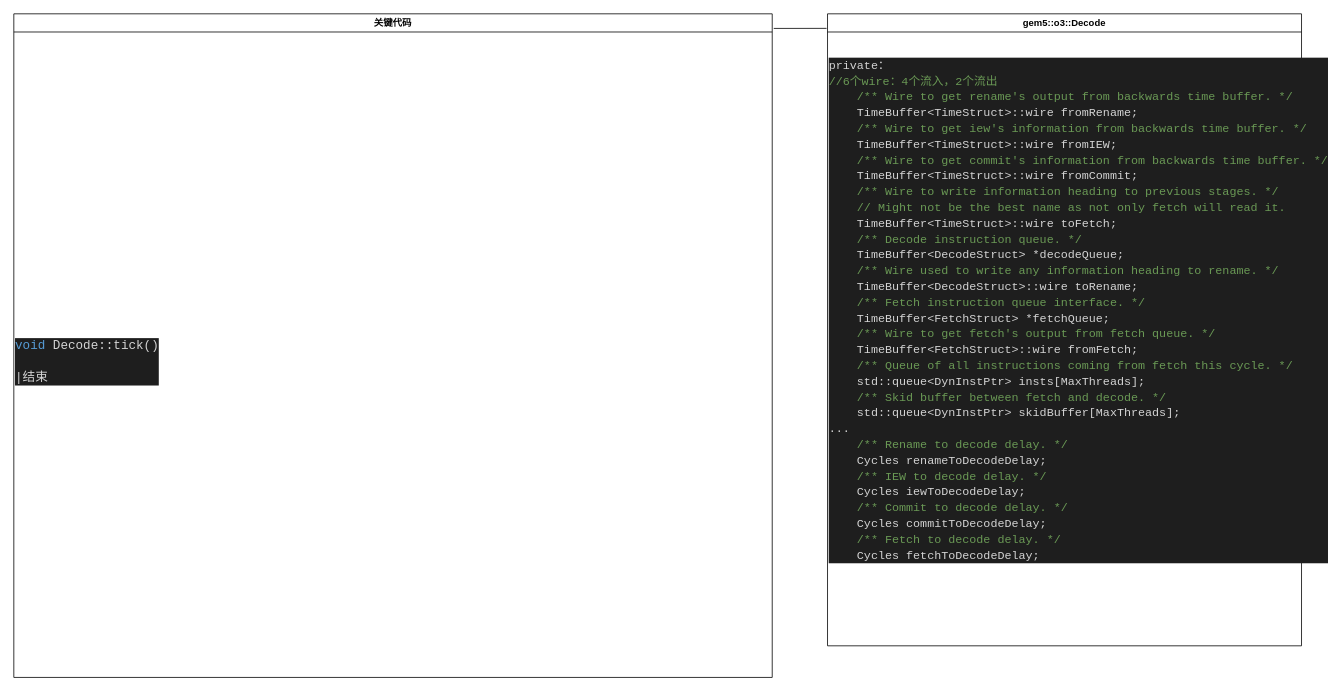
matchchen/gem5 keeps this draw.io diagram as page "Decode" (4 of 4) of learningNote/note.drawio. Above is the earlier version. Source tidied: cells renumbered, new cells numbered last; positions are measured from the earlier drawing's top-left corner, leaving out a move shared by most shapes. Both pictures are drawn from the tidied source at 79%, with x=0, y=0 at pixel (13, 13).
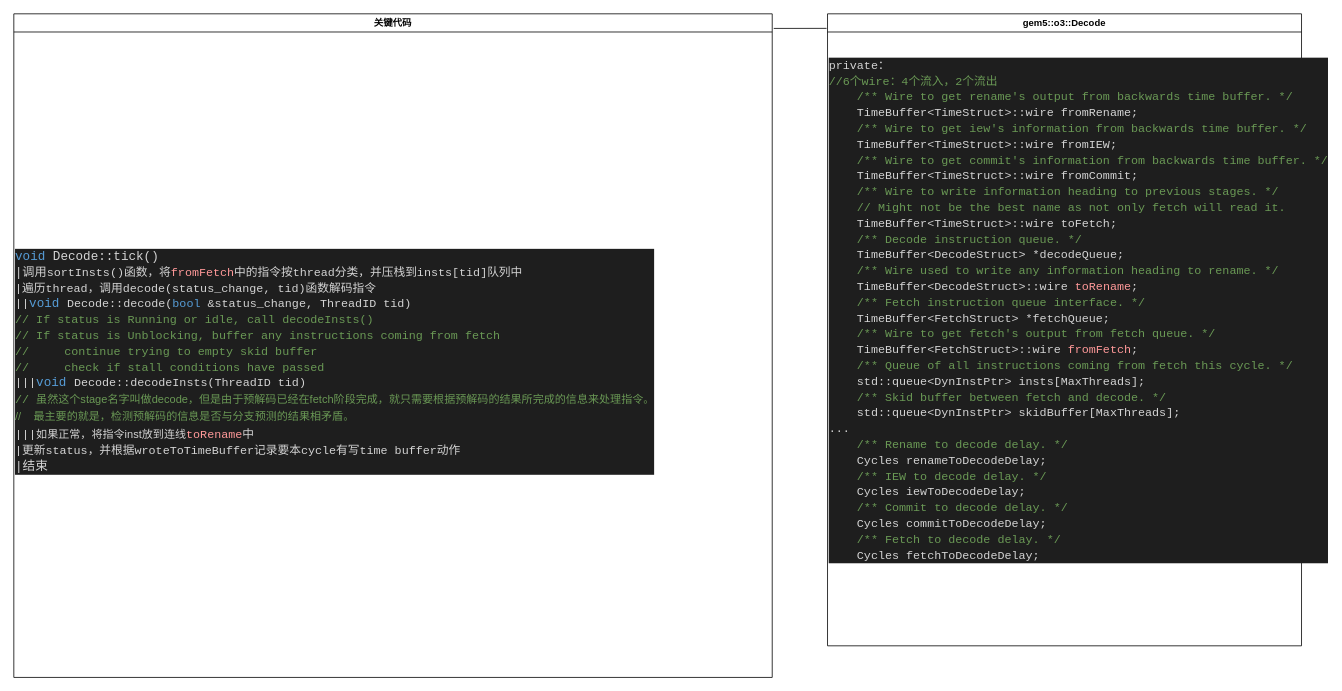
After the change.

Diff of the diagram source:
```diff
@@
 <mxGraphModel>
   <root>
     <mxCell id="0" />
     <mxCell id="1" parent="0" />
     <mxCell id="2" value="gem5::o3::Decode" style="swimlane;startSize=23;" parent="1" vertex="1">
       <mxGeometry x="1030" width="600" height="800" as="geometry" />
     </mxCell>
-    <mxCell id="3" value="&lt;div style=&quot;background-color: rgb(30, 30, 30); line-height: 20px;&quot;&gt;&lt;div style=&quot;font-size: 15.4px; font-family: Consolas, &amp;quot;Courier New&amp;quot;, monospace;&quot;&gt;&lt;div style=&quot;font-size: 14.84px; line-height: 20px;&quot;&gt;&lt;div style=&quot;&quot;&gt;&lt;div style=&quot;color: rgb(212, 212, 212); line-height: 20px;&quot;&gt;&lt;div&gt;private：&lt;br&gt;&lt;/div&gt;&lt;div&gt;&lt;span style=&quot;color: rgb(106, 153, 85);&quot;&gt;//6个wire：4个流入，2个流出&lt;/span&gt;&lt;br&gt;&lt;/div&gt;&lt;/div&gt;&lt;/div&gt;&lt;div style=&quot;&quot;&gt;&lt;div style=&quot;color: rgb(212, 212, 212); line-height: 20px;&quot;&gt;&lt;div&gt;&lt;span style=&quot;color: #6a9955;&quot;&gt;&amp;nbsp; &amp;nbsp; /** Wire to get rename's output from backwards time buffer. */&lt;/span&gt;&lt;/div&gt;&lt;div&gt;&amp;nbsp; &amp;nbsp; TimeBuffer&amp;lt;TimeStruct&amp;gt;::wire fromRename;&lt;/div&gt;&lt;div&gt;&lt;span style=&quot;color: #6a9955;&quot;&gt;&amp;nbsp; &amp;nbsp; /** Wire to get iew's information from backwards time buffer. */&lt;/span&gt;&lt;/div&gt;&lt;div&gt;&amp;nbsp; &amp;nbsp; TimeBuffer&amp;lt;TimeStruct&amp;gt;::wire fromIEW;&lt;/div&gt;&lt;div&gt;&lt;span style=&quot;color: #6a9955;&quot;&gt;&amp;nbsp; &amp;nbsp; /** Wire to get commit's information from backwards time buffer. */&lt;/span&gt;&lt;/div&gt;&lt;div&gt;&amp;nbsp; &amp;nbsp; TimeBuffer&amp;lt;TimeStruct&amp;gt;::wire fromCommit;&lt;/div&gt;&lt;div&gt;&lt;span style=&quot;color: #6a9955;&quot;&gt;&amp;nbsp; &amp;nbsp; /** Wire to write information heading to previous stages. */&lt;/span&gt;&lt;/div&gt;&lt;div&gt;&lt;span style=&quot;color: #6a9955;&quot;&gt;&amp;nbsp; &amp;nbsp; // Might not be the best name as not only fetch will read it.&lt;/span&gt;&lt;/div&gt;&lt;div&gt;&amp;nbsp; &amp;nbsp; TimeBuffer&amp;lt;TimeStruct&amp;gt;::wire toFetch;&lt;/div&gt;&lt;div&gt;&lt;span style=&quot;color: #6a9955;&quot;&gt;&amp;nbsp; &amp;nbsp; /** Decode instruction queue. */&lt;/span&gt;&lt;/div&gt;&lt;div&gt;&amp;nbsp; &amp;nbsp; TimeBuffer&amp;lt;DecodeStruct&amp;gt; *decodeQueue;&lt;/div&gt;&lt;div&gt;&lt;span style=&quot;color: #6a9955;&quot;&gt;&amp;nbsp; &amp;nbsp; /** Wire used to write any information heading to rename. */&lt;/span&gt;&lt;/div&gt;&lt;div&gt;&amp;nbsp; &amp;nbsp; TimeBuffer&amp;lt;DecodeStruct&amp;gt;::wire toRename;&lt;/div&gt;&lt;div&gt;&lt;span style=&quot;color: #6a9955;&quot;&gt;&amp;nbsp; &amp;nbsp; /** Fetch instruction queue interface. */&lt;/span&gt;&lt;/div&gt;&lt;div&gt;&amp;nbsp; &amp;nbsp; TimeBuffer&amp;lt;FetchStruct&amp;gt; *fetchQueue;&lt;/div&gt;&lt;div&gt;&lt;span style=&quot;color: #6a9955;&quot;&gt;&amp;nbsp; &amp;nbsp; /** Wire to get fetch's output from fetch queue. */&lt;/span&gt;&lt;/div&gt;&lt;div&gt;&amp;nbsp; &amp;nbsp; TimeBuffer&amp;lt;FetchStruct&amp;gt;::wire fromFetch;&lt;/div&gt;&lt;div&gt;&lt;span style=&quot;color: #6a9955;&quot;&gt;&amp;nbsp; &amp;nbsp; /** Queue of all instructions coming from fetch this cycle. */&lt;/span&gt;&lt;/div&gt;&lt;div&gt;&amp;nbsp; &amp;nbsp; std::queue&amp;lt;DynInstPtr&amp;gt; insts[MaxThreads];&lt;/div&gt;&lt;div&gt;&lt;span style=&quot;color: #6a9955;&quot;&gt;&amp;nbsp; &amp;nbsp; /** Skid buffer between fetch and decode. */&lt;/span&gt;&lt;/div&gt;&lt;div&gt;&amp;nbsp; &amp;nbsp; std::queue&amp;lt;DynInstPtr&amp;gt; skidBuffer[MaxThreads];&lt;/div&gt;&lt;div&gt;...&lt;/div&gt;&lt;div&gt;&lt;div style=&quot;line-height: 20px;&quot;&gt;&lt;div&gt;&lt;span style=&quot;color: #6a9955;&quot;&gt;&amp;nbsp; &amp;nbsp; /** Rename to decode delay. */&lt;/span&gt;&lt;/div&gt;&lt;div&gt;&amp;nbsp; &amp;nbsp; Cycles renameToDecodeDelay;&lt;/div&gt;&lt;div&gt;&lt;span style=&quot;color: #6a9955;&quot;&gt;&amp;nbsp; &amp;nbsp; /** IEW to decode delay. */&lt;/span&gt;&lt;/div&gt;&lt;div&gt;&amp;nbsp; &amp;nbsp; Cycles iewToDecodeDelay;&lt;/div&gt;&lt;div&gt;&lt;span style=&quot;color: #6a9955;&quot;&gt;&amp;nbsp; &amp;nbsp; /** Commit to decode delay. */&lt;/span&gt;&lt;/div&gt;&lt;div&gt;&amp;nbsp; &amp;nbsp; Cycles commitToDecodeDelay;&lt;/div&gt;&lt;div&gt;&lt;span style=&quot;color: #6a9955;&quot;&gt;&amp;nbsp; &amp;nbsp; /** Fetch to decode delay. */&lt;/span&gt;&lt;/div&gt;&lt;div&gt;&amp;nbsp; &amp;nbsp; Cycles fetchToDecodeDelay;&lt;/div&gt;&lt;/div&gt;&lt;/div&gt;&lt;/div&gt;&lt;/div&gt;&lt;/div&gt;&lt;/div&gt;&lt;/div&gt;" style="text;html=1;align=left;verticalAlign=middle;strokeColor=none;fillColor=none;" parent="2" vertex="1">
+    <mxCell id="3" value="&lt;div style=&quot;background-color: rgb(30, 30, 30); line-height: 20px;&quot;&gt;&lt;div style=&quot;font-size: 15.4px; font-family: Consolas, &amp;quot;Courier New&amp;quot;, monospace;&quot;&gt;&lt;div style=&quot;font-size: 14.84px; line-height: 20px;&quot;&gt;&lt;div style=&quot;&quot;&gt;&lt;div style=&quot;color: rgb(212, 212, 212); line-height: 20px;&quot;&gt;&lt;div&gt;private：&lt;br&gt;&lt;/div&gt;&lt;div&gt;&lt;span style=&quot;color: rgb(106, 153, 85);&quot;&gt;//6个wire：4个流入，2个流出&lt;/span&gt;&lt;br&gt;&lt;/div&gt;&lt;/div&gt;&lt;/div&gt;&lt;div style=&quot;&quot;&gt;&lt;div style=&quot;line-height: 20px;&quot;&gt;&lt;div style=&quot;color: rgb(212, 212, 212);&quot;&gt;&lt;span style=&quot;color: #6a9955;&quot;&gt;&amp;nbsp; &amp;nbsp; /** Wire to get rename's output from backwards time buffer. */&lt;/span&gt;&lt;/div&gt;&lt;div style=&quot;color: rgb(212, 212, 212);&quot;&gt;&amp;nbsp; &amp;nbsp; TimeBuffer&amp;lt;TimeStruct&amp;gt;::wire fromRename;&lt;/div&gt;&lt;div style=&quot;color: rgb(212, 212, 212);&quot;&gt;&lt;span style=&quot;color: #6a9955;&quot;&gt;&amp;nbsp; &amp;nbsp; /** Wire to get iew's information from backwards time buffer. */&lt;/span&gt;&lt;/div&gt;&lt;div style=&quot;color: rgb(212, 212, 212);&quot;&gt;&amp;nbsp; &amp;nbsp; TimeBuffer&amp;lt;TimeStruct&amp;gt;::wire fromIEW;&lt;/div&gt;&lt;div style=&quot;color: rgb(212, 212, 212);&quot;&gt;&lt;span style=&quot;color: #6a9955;&quot;&gt;&amp;nbsp; &amp;nbsp; /** Wire to get commit's information from backwards time buffer. */&lt;/span&gt;&lt;/div&gt;&lt;div style=&quot;color: rgb(212, 212, 212);&quot;&gt;&amp;nbsp; &amp;nbsp; TimeBuffer&amp;lt;TimeStruct&amp;gt;::wire fromCommit;&lt;/div&gt;&lt;div style=&quot;color: rgb(212, 212, 212);&quot;&gt;&lt;span style=&quot;color: #6a9955;&quot;&gt;&amp;nbsp; &amp;nbsp; /** Wire to write information heading to previous stages. */&lt;/span&gt;&lt;/div&gt;&lt;div style=&quot;color: rgb(212, 212, 212);&quot;&gt;&lt;span style=&quot;color: #6a9955;&quot;&gt;&amp;nbsp; &amp;nbsp; // Might not be the best name as not only fetch will read it.&lt;/span&gt;&lt;/div&gt;&lt;div style=&quot;color: rgb(212, 212, 212);&quot;&gt;&amp;nbsp; &amp;nbsp; TimeBuffer&amp;lt;TimeStruct&amp;gt;::wire toFetch;&lt;/div&gt;&lt;div style=&quot;color: rgb(212, 212, 212);&quot;&gt;&lt;span style=&quot;color: #6a9955;&quot;&gt;&amp;nbsp; &amp;nbsp; /** Decode instruction queue. */&lt;/span&gt;&lt;/div&gt;&lt;div style=&quot;color: rgb(212, 212, 212);&quot;&gt;&amp;nbsp; &amp;nbsp; TimeBuffer&amp;lt;DecodeStruct&amp;gt; *decodeQueue;&lt;/div&gt;&lt;div style=&quot;color: rgb(212, 212, 212);&quot;&gt;&lt;span style=&quot;color: #6a9955;&quot;&gt;&amp;nbsp; &amp;nbsp; /** Wire used to write any information heading to rename. */&lt;/span&gt;&lt;/div&gt;&lt;div style=&quot;&quot;&gt;&lt;span style=&quot;color: rgb(212, 212, 212);&quot;&gt;&amp;nbsp; &amp;nbsp; TimeBuffer&amp;lt;DecodeStruct&amp;gt;::wire &lt;/span&gt;&lt;font color=&quot;#ff9999&quot;&gt;toRename&lt;/font&gt;&lt;font color=&quot;#d4d4d4&quot;&gt;;&lt;/font&gt;&lt;/div&gt;&lt;div style=&quot;color: rgb(212, 212, 212);&quot;&gt;&lt;span style=&quot;color: #6a9955;&quot;&gt;&amp;nbsp; &amp;nbsp; /** Fetch instruction queue interface. */&lt;/span&gt;&lt;/div&gt;&lt;div style=&quot;color: rgb(212, 212, 212);&quot;&gt;&amp;nbsp; &amp;nbsp; TimeBuffer&amp;lt;FetchStruct&amp;gt; *fetchQueue;&lt;/div&gt;&lt;div style=&quot;color: rgb(212, 212, 212);&quot;&gt;&lt;span style=&quot;color: #6a9955;&quot;&gt;&amp;nbsp; &amp;nbsp; /** Wire to get fetch's output from fetch queue. */&lt;/span&gt;&lt;/div&gt;&lt;div style=&quot;&quot;&gt;&lt;font color=&quot;#d4d4d4&quot;&gt;&amp;nbsp; &amp;nbsp; TimeBuffer&amp;lt;FetchStruct&amp;gt;::wire &lt;/font&gt;&lt;font color=&quot;#ff9999&quot;&gt;fromFetch&lt;/font&gt;&lt;font color=&quot;#d4d4d4&quot;&gt;;&lt;/font&gt;&lt;/div&gt;&lt;div style=&quot;color: rgb(212, 212, 212);&quot;&gt;&lt;span style=&quot;color: #6a9955;&quot;&gt;&amp;nbsp; &amp;nbsp; /** Queue of all instructions coming from fetch this cycle. */&lt;/span&gt;&lt;/div&gt;&lt;div style=&quot;color: rgb(212, 212, 212);&quot;&gt;&amp;nbsp; &amp;nbsp; std::queue&amp;lt;DynInstPtr&amp;gt; insts[MaxThreads];&lt;/div&gt;&lt;div style=&quot;color: rgb(212, 212, 212);&quot;&gt;&lt;span style=&quot;color: #6a9955;&quot;&gt;&amp;nbsp; &amp;nbsp; /** Skid buffer between fetch and decode. */&lt;/span&gt;&lt;/div&gt;&lt;div style=&quot;color: rgb(212, 212, 212);&quot;&gt;&amp;nbsp; &amp;nbsp; std::queue&amp;lt;DynInstPtr&amp;gt; skidBuffer[MaxThreads];&lt;/div&gt;&lt;div style=&quot;color: rgb(212, 212, 212);&quot;&gt;...&lt;/div&gt;&lt;div style=&quot;color: rgb(212, 212, 212);&quot;&gt;&lt;div style=&quot;line-height: 20px;&quot;&gt;&lt;div&gt;&lt;span style=&quot;color: #6a9955;&quot;&gt;&amp;nbsp; &amp;nbsp; /** Rename to decode delay. */&lt;/span&gt;&lt;/div&gt;&lt;div&gt;&amp;nbsp; &amp;nbsp; Cycles renameToDecodeDelay;&lt;/div&gt;&lt;div&gt;&lt;span style=&quot;color: #6a9955;&quot;&gt;&amp;nbsp; &amp;nbsp; /** IEW to decode delay. */&lt;/span&gt;&lt;/div&gt;&lt;div&gt;&amp;nbsp; &amp;nbsp; Cycles iewToDecodeDelay;&lt;/div&gt;&lt;div&gt;&lt;span style=&quot;color: #6a9955;&quot;&gt;&amp;nbsp; &amp;nbsp; /** Commit to decode delay. */&lt;/span&gt;&lt;/div&gt;&lt;div&gt;&amp;nbsp; &amp;nbsp; Cycles commitToDecodeDelay;&lt;/div&gt;&lt;div&gt;&lt;span style=&quot;color: #6a9955;&quot;&gt;&amp;nbsp; &amp;nbsp; /** Fetch to decode delay. */&lt;/span&gt;&lt;/div&gt;&lt;div&gt;&amp;nbsp; &amp;nbsp; Cycles fetchToDecodeDelay;&lt;/div&gt;&lt;/div&gt;&lt;/div&gt;&lt;/div&gt;&lt;/div&gt;&lt;/div&gt;&lt;/div&gt;&lt;/div&gt;" style="text;html=1;align=left;verticalAlign=middle;strokeColor=none;fillColor=none;" parent="2" vertex="1">
       <mxGeometry y="50" width="600" height="650" as="geometry" />
     </mxCell>
     <mxCell id="4" value="关键代码" style="swimlane;startSize=23;" parent="1" vertex="1">
       <mxGeometry width="960" height="840" as="geometry" />
     </mxCell>
-    <mxCell id="5" value="&lt;div style=&quot;background-color: rgb(30, 30, 30); line-height: 20px;&quot;&gt;&lt;div style=&quot;font-size: 15.4px; font-family: Consolas, &amp;quot;Courier New&amp;quot;, monospace;&quot;&gt;&lt;span style=&quot;color: rgb(86, 156, 214); font-size: 15.96px;&quot;&gt;void &lt;/span&gt;&lt;span style=&quot;font-size: 15.96px;&quot;&gt;&lt;font color=&quot;#d4d4d4&quot;&gt;Decode&lt;/font&gt;&lt;/span&gt;&lt;span style=&quot;color: rgb(212, 212, 212); font-size: 15.96px;&quot;&gt;::tick()&lt;/span&gt;&lt;/div&gt;&lt;div style=&quot;font-size: 15.4px; font-family: Consolas, &amp;quot;Courier New&amp;quot;, monospace; color: rgb(212, 212, 212);&quot;&gt;&lt;br&gt;&lt;/div&gt;&lt;div style=&quot;font-size: 15.4px; font-family: Consolas, &amp;quot;Courier New&amp;quot;, monospace; color: rgb(212, 212, 212);&quot;&gt;&lt;span style=&quot;font-size: 15.96px;&quot;&gt;|结束&lt;/span&gt;&lt;/div&gt;&lt;/div&gt;" style="text;html=1;align=left;verticalAlign=middle;strokeColor=none;fillColor=none;" parent="4" vertex="1">
-      <mxGeometry y="405" width="190" height="70" as="geometry" />
+    <mxCell id="5" value="&lt;div style=&quot;background-color: rgb(30, 30, 30); line-height: 20px;&quot;&gt;&lt;div style=&quot;font-size: 15.4px; font-family: Consolas, &amp;quot;Courier New&amp;quot;, monospace;&quot;&gt;&lt;span style=&quot;color: rgb(86, 156, 214); font-size: 15.96px;&quot;&gt;void &lt;/span&gt;&lt;span style=&quot;font-size: 15.96px;&quot;&gt;&lt;font color=&quot;#d4d4d4&quot;&gt;Decode&lt;/font&gt;&lt;/span&gt;&lt;span style=&quot;color: rgb(212, 212, 212); font-size: 15.96px;&quot;&gt;::tick()&lt;/span&gt;&lt;/div&gt;&lt;div style=&quot;font-size: 15.4px; font-family: Consolas, &amp;quot;Courier New&amp;quot;, monospace;&quot;&gt;&lt;font color=&quot;#d4d4d4&quot;&gt;|调用&lt;/font&gt;&lt;span style=&quot;color: rgb(212, 212, 212); font-size: 14.84px;&quot;&gt;sortInsts()函数，将&lt;/span&gt;&lt;span style=&quot;font-size: 14.84px;&quot;&gt;&lt;font color=&quot;#ff9999&quot;&gt;fromFetch&lt;/font&gt;&lt;font color=&quot;#d4d4d4&quot;&gt;中的指令按thread分类，并压栈到&lt;/font&gt;&lt;/span&gt;&lt;span style=&quot;color: rgb(212, 212, 212); font-size: 14.84px;&quot;&gt;insts[tid]队列中&lt;/span&gt;&lt;/div&gt;&lt;div style=&quot;font-size: 15.4px; font-family: Consolas, &amp;quot;Courier New&amp;quot;, monospace;&quot;&gt;&lt;span style=&quot;color: rgb(212, 212, 212); font-size: 14.84px;&quot;&gt;|遍历thread，调用&lt;/span&gt;&lt;span style=&quot;color: rgb(212, 212, 212); font-size: 14.84px;&quot;&gt;decode(status_change, tid)函数解码指令&lt;/span&gt;&lt;/div&gt;&lt;div style=&quot;font-size: 15.4px; font-family: Consolas, &amp;quot;Courier New&amp;quot;, monospace;&quot;&gt;&lt;span style=&quot;color: rgb(212, 212, 212); font-size: 14.84px;&quot;&gt;||&lt;/span&gt;&lt;span style=&quot;color: rgb(86, 156, 214); font-size: 15.96px;&quot;&gt;void&lt;/span&gt;&lt;span style=&quot;color: rgb(86, 156, 214); font-size: 15.96px;&quot;&gt;&amp;nbsp;&lt;/span&gt;&lt;span style=&quot;color: rgb(212, 212, 212); font-size: 14.84px;&quot;&gt;Decode::decode(&lt;/span&gt;&lt;span style=&quot;font-size: 14.84px; color: rgb(86, 156, 214);&quot;&gt;bool&lt;/span&gt;&lt;span style=&quot;color: rgb(212, 212, 212); font-size: 14.84px;&quot;&gt; &amp;amp;status_change, ThreadID tid)&lt;/span&gt;&lt;/div&gt;&lt;div style=&quot;font-size: 15.4px; font-family: Consolas, &amp;quot;Courier New&amp;quot;, monospace;&quot;&gt;&lt;div style=&quot;color: rgb(212, 212, 212); font-size: 14.84px; line-height: 20px;&quot;&gt;&lt;div&gt;&lt;span style=&quot;color: #6a9955;&quot;&gt;// If status is Running or idle,&lt;/span&gt;&lt;span style=&quot;color: rgb(106, 153, 85);&quot;&gt;&amp;nbsp;call decodeInsts()&lt;/span&gt;&lt;/div&gt;&lt;div&gt;&lt;span style=&quot;color: #6a9955;&quot;&gt;// If status is Unblocking,&lt;/span&gt;&lt;span style=&quot;color: rgb(106, 153, 85);&quot;&gt;&amp;nbsp;buffer any instructions coming from fetch&lt;/span&gt;&lt;/div&gt;&lt;div&gt;&lt;span style=&quot;color: #6a9955;&quot;&gt;// &amp;nbsp; &amp;nbsp; continue trying to empty skid buffer&lt;/span&gt;&lt;/div&gt;&lt;div&gt;&lt;span style=&quot;color: #6a9955;&quot;&gt;// &amp;nbsp; &amp;nbsp; check if stall conditions have passed&lt;/span&gt;&lt;/div&gt;&lt;/div&gt;&lt;/div&gt;&lt;div style=&quot;font-size: 15.4px; font-family: Consolas, &amp;quot;Courier New&amp;quot;, monospace;&quot;&gt;&lt;span style=&quot;color: rgb(212, 212, 212); font-size: 14.84px;&quot;&gt;|||&lt;/span&gt;&lt;span style=&quot;color: rgb(86, 156, 214); font-size: 15.96px;&quot;&gt;void&lt;/span&gt;&lt;span style=&quot;color: rgb(86, 156, 214); font-size: 15.96px;&quot;&gt;&amp;nbsp;&lt;/span&gt;&lt;span style=&quot;color: rgb(212, 212, 212); font-size: 14.84px;&quot;&gt;Decode::decodeInsts(ThreadID tid)&lt;/span&gt;&lt;/div&gt;&lt;div style=&quot;font-family: Consolas, &amp;quot;Courier New&amp;quot;, monospace;&quot;&gt;&lt;font color=&quot;#6a9955&quot;&gt;&lt;span style=&quot;font-size: 14.84px;&quot;&gt;//&amp;nbsp;&lt;/span&gt;&lt;span style=&quot;font-size: 10.5pt; font-family: 宋体;&quot;&gt;虽然这个&lt;/span&gt;&lt;span style=&quot;font-size: 10.5pt; font-family: Calibri, sans-serif;&quot; lang=&quot;EN-US&quot;&gt;stage&lt;/span&gt;&lt;span style=&quot;font-size: 10.5pt; font-family: 宋体;&quot;&gt;名字叫做&lt;/span&gt;&lt;span style=&quot;font-size: 10.5pt; font-family: Calibri, sans-serif;&quot; lang=&quot;EN-US&quot;&gt;decode&lt;/span&gt;&lt;span style=&quot;font-size: 10.5pt; font-family: 宋体;&quot;&gt;，但是由于预解码已经在&lt;/span&gt;&lt;span style=&quot;font-size: 10.5pt; font-family: Calibri, sans-serif;&quot; lang=&quot;EN-US&quot;&gt;fetch&lt;/span&gt;&lt;span style=&quot;font-size: 10.5pt; font-family: 宋体;&quot;&gt;阶段完成，就只需要根据预解码的结果所完成的信息来处理指令。&lt;/span&gt;&lt;/font&gt;&lt;/div&gt;&lt;div style=&quot;font-family: Consolas, &amp;quot;Courier New&amp;quot;, monospace;&quot;&gt;&lt;span style=&quot;font-size: 10.5pt; font-family: 宋体;&quot;&gt;&lt;font color=&quot;#6a9955&quot;&gt;//&amp;nbsp; &amp;nbsp; 最主要的就是，检测预解码的信息是否与分支预测的结果相矛盾。&lt;/font&gt;&lt;/span&gt;&lt;/div&gt;&lt;div style=&quot;font-family: Consolas, &amp;quot;Courier New&amp;quot;, monospace;&quot;&gt;&lt;span style=&quot;color: rgb(212, 212, 212); font-size: 14.84px;&quot;&gt;|||&lt;/span&gt;&lt;span style=&quot;font-size: 10.5pt; font-family: 宋体;&quot;&gt;&lt;font color=&quot;#d4d4d4&quot;&gt;如果正常，将指令inst放到连线&lt;/font&gt;&lt;/span&gt;&lt;span style=&quot;font-size: 14.84px;&quot;&gt;&lt;font color=&quot;#ff9999&quot;&gt;toRename&lt;/font&gt;&lt;/span&gt;&lt;span style=&quot;color: rgb(212, 212, 212); font-size: 14.84px;&quot;&gt;中&lt;/span&gt;&lt;/div&gt;&lt;div style=&quot;font-size: 15.4px; font-family: Consolas, &amp;quot;Courier New&amp;quot;, monospace;&quot;&gt;&lt;span style=&quot;color: rgb(212, 212, 212); font-size: 14.84px;&quot;&gt;|更新status，并根据&lt;/span&gt;&lt;span style=&quot;color: rgb(212, 212, 212); font-size: 14.84px;&quot;&gt;wroteToTimeBuffer&lt;/span&gt;&lt;span style=&quot;color: rgb(212, 212, 212); font-size: 14.84px;&quot;&gt;记录要本cycle有写time buffer动作&lt;/span&gt;&lt;/div&gt;&lt;div style=&quot;font-size: 15.4px; font-family: Consolas, &amp;quot;Courier New&amp;quot;, monospace; color: rgb(212, 212, 212);&quot;&gt;&lt;span style=&quot;font-size: 15.96px;&quot;&gt;|结束&lt;/span&gt;&lt;/div&gt;&lt;/div&gt;" style="text;html=1;align=left;verticalAlign=middle;strokeColor=none;fillColor=none;" parent="4" vertex="1">
+      <mxGeometry y="290" width="840" height="300" as="geometry" />
     </mxCell>
     <mxCell id="6" style="edgeStyle=none;jettySize=auto;html=1;fontColor=#6A9955;exitX=1.002;exitY=0.022;exitDx=0;exitDy=0;exitPerimeter=0;entryX=-0.002;entryY=0.023;entryDx=0;entryDy=0;entryPerimeter=0;endArrow=none;endFill=0;" parent="1" edge="1" source="4" target="2">
       <mxGeometry relative="1" as="geometry" />
     </mxCell>
   </root>
 </mxGraphModel>
```
